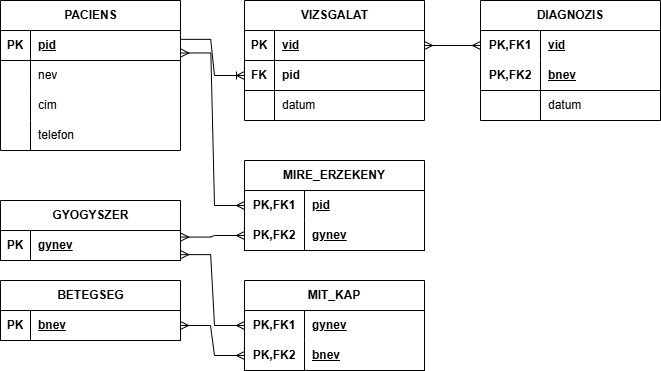
This is kepek/Relacios-modell.png from lovasij/kmhh, a draw.io export, as it was before one commit. Source tidied: cells renumbered, new cells last; positions are measured from the earlier drawing's top-left corner, leaving out a move shared by most shapes. Its diagram source:
```xml
<mxGraphModel>
  <root>
    <mxCell id="0" />
    <mxCell id="1" parent="0" />
    <mxCell id="2" value="PACIENS" style="shape=table;startSize=30;rowLines=0;fontStyle=1;align=center;html=1;" parent="1" vertex="1">
      <mxGeometry width="180" height="150" as="geometry" />
    </mxCell>
    <mxCell id="3" style="shape=tableRow;horizontal=0;startSize=0;swimlaneHead=0;swimlaneBody=0;fillColor=none;points=[[0,0.5],[1,0.5]];portConstraint=eastwest;top=0;left=0;right=0;bottom=1;" parent="2" vertex="1">
      <mxGeometry y="30" width="180" height="30" as="geometry" />
    </mxCell>
    <mxCell id="4" value="PK" style="shape=partialRectangle;fillColor=none;top=0;left=0;bottom=0;right=0;fontStyle=1;overflow=hidden;whiteSpace=wrap;html=1;" parent="3" vertex="1">
      <mxGeometry width="30" height="30" as="geometry" />
    </mxCell>
    <mxCell id="5" value="pid" style="shape=partialRectangle;fillColor=none;top=0;left=0;bottom=0;right=0;align=left;spacingLeft=6;fontStyle=5;overflow=hidden;whiteSpace=wrap;html=1;" parent="3" vertex="1">
      <mxGeometry x="30" width="150" height="30" as="geometry" />
    </mxCell>
    <mxCell id="6" style="shape=tableRow;horizontal=0;startSize=0;swimlaneHead=0;swimlaneBody=0;fillColor=none;top=0;left=0;right=0;bottom=0;" parent="2" vertex="1">
      <mxGeometry y="60" width="180" height="30" as="geometry" />
    </mxCell>
    <mxCell id="7" style="shape=partialRectangle;fillColor=none;top=0;left=0;bottom=0;right=0;overflow=hidden;whiteSpace=wrap;html=1;" parent="6" vertex="1">
      <mxGeometry width="30" height="30" as="geometry" />
    </mxCell>
    <mxCell id="8" value="nev" style="shape=partialRectangle;fillColor=none;top=0;left=0;bottom=0;right=0;align=left;spacingLeft=6;overflow=hidden;whiteSpace=wrap;html=1;" parent="6" vertex="1">
      <mxGeometry x="30" width="150" height="30" as="geometry" />
    </mxCell>
    <mxCell id="9" style="shape=tableRow;horizontal=0;startSize=0;swimlaneHead=0;swimlaneBody=0;fillColor=none;top=0;left=0;right=0;bottom=0;" parent="2" vertex="1">
      <mxGeometry y="90" width="180" height="30" as="geometry" />
    </mxCell>
    <mxCell id="10" style="shape=partialRectangle;fillColor=none;top=0;left=0;bottom=0;right=0;overflow=hidden;whiteSpace=wrap;html=1;" parent="9" vertex="1">
      <mxGeometry width="30" height="30" as="geometry" />
    </mxCell>
    <mxCell id="11" value="cim" style="shape=partialRectangle;fillColor=none;top=0;left=0;bottom=0;right=0;align=left;spacingLeft=6;overflow=hidden;whiteSpace=wrap;html=1;" parent="9" vertex="1">
      <mxGeometry x="30" width="150" height="30" as="geometry" />
    </mxCell>
    <mxCell id="12" style="shape=tableRow;horizontal=0;startSize=0;swimlaneHead=0;swimlaneBody=0;fillColor=none;top=0;left=0;right=0;bottom=0;" parent="2" vertex="1">
      <mxGeometry y="120" width="180" height="30" as="geometry" />
    </mxCell>
    <mxCell id="13" style="shape=partialRectangle;fillColor=none;top=0;left=0;bottom=0;right=0;overflow=hidden;whiteSpace=wrap;html=1;" parent="12" vertex="1">
      <mxGeometry width="30" height="30" as="geometry" />
    </mxCell>
    <mxCell id="14" value="telefon" style="shape=partialRectangle;fillColor=none;top=0;left=0;bottom=0;right=0;align=left;spacingLeft=6;overflow=hidden;whiteSpace=wrap;html=1;" parent="12" vertex="1">
      <mxGeometry x="30" width="150" height="30" as="geometry" />
    </mxCell>
    <mxCell id="15" value="VIZSGALAT" style="shape=table;startSize=30;rowLines=0;fontStyle=1;align=center;html=1;" parent="1" vertex="1">
      <mxGeometry x="244" width="180" height="120" as="geometry" />
    </mxCell>
    <mxCell id="16" style="shape=tableRow;horizontal=0;startSize=0;swimlaneHead=0;swimlaneBody=0;fillColor=none;points=[[0,0.5],[1,0.5]];portConstraint=eastwest;top=0;left=0;right=0;bottom=1;" parent="15" vertex="1">
      <mxGeometry y="30" width="180" height="30" as="geometry" />
    </mxCell>
    <mxCell id="17" value="PK" style="shape=partialRectangle;fillColor=none;top=0;left=0;bottom=0;right=0;fontStyle=1;overflow=hidden;whiteSpace=wrap;html=1;" parent="16" vertex="1">
      <mxGeometry width="30" height="30" as="geometry" />
    </mxCell>
    <mxCell id="18" value="vid" style="shape=partialRectangle;fillColor=none;top=0;left=0;bottom=0;right=0;align=left;spacingLeft=6;fontStyle=5;overflow=hidden;whiteSpace=wrap;html=1;" parent="16" vertex="1">
      <mxGeometry x="30" width="150" height="30" as="geometry" />
    </mxCell>
    <mxCell id="19" style="shape=tableRow;horizontal=0;startSize=0;swimlaneHead=0;swimlaneBody=0;fillColor=none;points=[[0,0.5],[1,0.5]];portConstraint=eastwest;top=0;left=0;right=0;bottom=1;" parent="15" vertex="1">
      <mxGeometry y="60" width="180" height="30" as="geometry" />
    </mxCell>
    <mxCell id="20" value="FK" style="shape=partialRectangle;fillColor=none;top=0;left=0;bottom=0;right=0;fontStyle=1;overflow=hidden;whiteSpace=wrap;html=1;" parent="19" vertex="1">
      <mxGeometry width="30" height="30" as="geometry" />
    </mxCell>
    <mxCell id="21" value="pid" style="shape=partialRectangle;fillColor=none;top=0;left=0;bottom=0;right=0;align=left;spacingLeft=6;fontStyle=1;overflow=hidden;whiteSpace=wrap;html=1;" parent="19" vertex="1">
      <mxGeometry x="30" width="150" height="30" as="geometry" />
    </mxCell>
    <mxCell id="22" style="shape=tableRow;horizontal=0;startSize=0;swimlaneHead=0;swimlaneBody=0;fillColor=none;top=0;left=0;right=0;bottom=0;" parent="15" vertex="1">
      <mxGeometry y="90" width="180" height="30" as="geometry" />
    </mxCell>
    <mxCell id="23" style="shape=partialRectangle;fillColor=none;top=0;left=0;bottom=0;right=0;overflow=hidden;whiteSpace=wrap;html=1;" parent="22" vertex="1">
      <mxGeometry width="30" height="30" as="geometry" />
    </mxCell>
    <mxCell id="24" value="datum" style="shape=partialRectangle;fillColor=none;top=0;left=0;bottom=0;right=0;align=left;spacingLeft=6;overflow=hidden;whiteSpace=wrap;html=1;" parent="22" vertex="1">
      <mxGeometry x="30" width="150" height="30" as="geometry" />
    </mxCell>
    <mxCell id="25" value="DIAGNOZIS" style="shape=table;startSize=30;rowLines=0;fontStyle=1;align=center;html=1;whiteSpace=wrap;" parent="1" vertex="1">
      <mxGeometry x="480" width="180" height="120" as="geometry" />
    </mxCell>
    <mxCell id="26" style="shape=tableRow;horizontal=0;startSize=0;swimlaneHead=0;swimlaneBody=0;fillColor=none;points=[[0,0.5],[1,0.5]];portConstraint=eastwest;top=0;left=0;right=0;bottom=0;html=1;" parent="25" vertex="1">
      <mxGeometry y="30" width="180" height="30" as="geometry" />
    </mxCell>
    <mxCell id="27" value="PK,FK1" style="shape=partialRectangle;fillColor=none;top=0;left=0;bottom=0;right=0;fontStyle=1;overflow=hidden;html=1;whiteSpace=wrap;" parent="26" vertex="1">
      <mxGeometry width="60" height="30" as="geometry" />
    </mxCell>
    <mxCell id="28" value="vid" style="shape=partialRectangle;fillColor=none;top=0;left=0;bottom=0;right=0;align=left;spacingLeft=6;fontStyle=5;overflow=hidden;html=1;whiteSpace=wrap;" parent="26" vertex="1">
      <mxGeometry x="60" width="120" height="30" as="geometry" />
    </mxCell>
    <mxCell id="29" style="shape=tableRow;horizontal=0;startSize=0;swimlaneHead=0;swimlaneBody=0;fillColor=none;top=0;left=0;right=0;bottom=1;html=1;" parent="25" vertex="1">
      <mxGeometry y="60" width="180" height="30" as="geometry" />
    </mxCell>
    <mxCell id="30" value="PK,FK2" style="shape=partialRectangle;fillColor=none;top=0;left=0;bottom=0;right=0;fontStyle=1;overflow=hidden;html=1;whiteSpace=wrap;" parent="29" vertex="1">
      <mxGeometry width="60" height="30" as="geometry" />
    </mxCell>
    <mxCell id="31" value="bnev" style="shape=partialRectangle;fillColor=none;top=0;left=0;bottom=0;right=0;align=left;spacingLeft=6;fontStyle=5;overflow=hidden;html=1;whiteSpace=wrap;" parent="29" vertex="1">
      <mxGeometry x="60" width="120" height="30" as="geometry" />
    </mxCell>
    <mxCell id="32" style="shape=tableRow;horizontal=0;startSize=0;swimlaneHead=0;swimlaneBody=0;fillColor=none;top=0;left=0;right=0;bottom=0;html=1;" parent="25" vertex="1">
      <mxGeometry y="90" width="180" height="30" as="geometry" />
    </mxCell>
    <mxCell id="33" style="shape=partialRectangle;fillColor=none;top=0;left=0;bottom=0;right=0;overflow=hidden;html=1;whiteSpace=wrap;" parent="32" vertex="1">
      <mxGeometry width="60" height="30" as="geometry" />
    </mxCell>
    <mxCell id="34" value="datum" style="shape=partialRectangle;fillColor=none;top=0;left=0;bottom=0;right=0;align=left;spacingLeft=6;overflow=hidden;html=1;whiteSpace=wrap;" parent="32" vertex="1">
      <mxGeometry x="60" width="120" height="30" as="geometry" />
    </mxCell>
    <mxCell id="35" value="MIRE_ERZEKENY" style="shape=table;startSize=30;rowLines=0;fontStyle=1;align=center;html=1;whiteSpace=wrap;" parent="1" vertex="1">
      <mxGeometry x="244" y="160" width="180" height="90" as="geometry" />
    </mxCell>
    <mxCell id="36" style="shape=tableRow;horizontal=0;startSize=0;swimlaneHead=0;swimlaneBody=0;fillColor=none;points=[[0,0.5],[1,0.5]];portConstraint=eastwest;top=0;left=0;right=0;bottom=0;html=1;" parent="35" vertex="1">
      <mxGeometry y="30" width="180" height="30" as="geometry" />
    </mxCell>
    <mxCell id="37" value="PK,FK1" style="shape=partialRectangle;fillColor=none;top=0;left=0;bottom=0;right=0;fontStyle=1;overflow=hidden;html=1;whiteSpace=wrap;" parent="36" vertex="1">
      <mxGeometry width="60" height="30" as="geometry" />
    </mxCell>
    <mxCell id="38" value="pid" style="shape=partialRectangle;fillColor=none;top=0;left=0;bottom=0;right=0;align=left;spacingLeft=6;fontStyle=5;overflow=hidden;html=1;whiteSpace=wrap;" parent="36" vertex="1">
      <mxGeometry x="60" width="120" height="30" as="geometry" />
    </mxCell>
    <mxCell id="39" style="shape=tableRow;horizontal=0;startSize=0;swimlaneHead=0;swimlaneBody=0;fillColor=none;points=[[0,0.5],[1,0.5]];portConstraint=eastwest;top=0;left=0;right=0;bottom=1;html=1;" parent="35" vertex="1">
      <mxGeometry y="60" width="180" height="30" as="geometry" />
    </mxCell>
    <mxCell id="40" value="PK,FK2" style="shape=partialRectangle;fillColor=none;top=0;left=0;bottom=0;right=0;fontStyle=1;overflow=hidden;html=1;whiteSpace=wrap;" parent="39" vertex="1">
      <mxGeometry width="60" height="30" as="geometry" />
    </mxCell>
    <mxCell id="41" value="gynev" style="shape=partialRectangle;fillColor=none;top=0;left=0;bottom=0;right=0;align=left;spacingLeft=6;fontStyle=5;overflow=hidden;html=1;whiteSpace=wrap;" parent="39" vertex="1">
      <mxGeometry x="60" width="120" height="30" as="geometry" />
    </mxCell>
    <mxCell id="42" value="GYOGYSZER" style="shape=table;startSize=30;rowLines=0;fontStyle=1;align=center;html=1;" parent="1" vertex="1">
      <mxGeometry y="200" width="180" height="60" as="geometry" />
    </mxCell>
    <mxCell id="43" style="shape=tableRow;horizontal=0;startSize=0;swimlaneHead=0;swimlaneBody=0;fillColor=none;points=[[0,0.5],[1,0.5]];portConstraint=eastwest;top=0;left=0;right=0;bottom=1;" parent="42" vertex="1">
      <mxGeometry y="30" width="180" height="30" as="geometry" />
    </mxCell>
    <mxCell id="44" value="PK" style="shape=partialRectangle;fillColor=none;top=0;left=0;bottom=0;right=0;fontStyle=1;overflow=hidden;whiteSpace=wrap;html=1;" parent="43" vertex="1">
      <mxGeometry width="30" height="30" as="geometry" />
    </mxCell>
    <mxCell id="45" value="gynev" style="shape=partialRectangle;fillColor=none;top=0;left=0;bottom=0;right=0;align=left;spacingLeft=6;fontStyle=5;overflow=hidden;whiteSpace=wrap;html=1;" parent="43" vertex="1">
      <mxGeometry x="30" width="150" height="30" as="geometry" />
    </mxCell>
    <mxCell id="46" value="MIT_KAP" style="shape=table;startSize=30;rowLines=0;fontStyle=1;align=center;html=1;whiteSpace=wrap;" parent="1" vertex="1">
      <mxGeometry x="244" y="280" width="180" height="90" as="geometry" />
    </mxCell>
    <mxCell id="47" style="shape=tableRow;horizontal=0;startSize=0;swimlaneHead=0;swimlaneBody=0;fillColor=none;points=[[0,0.5],[1,0.5]];portConstraint=eastwest;top=0;left=0;right=0;bottom=0;html=1;" parent="46" vertex="1">
      <mxGeometry y="30" width="180" height="30" as="geometry" />
    </mxCell>
    <mxCell id="48" value="PK,FK1" style="shape=partialRectangle;fillColor=none;top=0;left=0;bottom=0;right=0;fontStyle=1;overflow=hidden;html=1;whiteSpace=wrap;" parent="47" vertex="1">
      <mxGeometry width="60" height="30" as="geometry" />
    </mxCell>
    <mxCell id="49" value="gynev" style="shape=partialRectangle;fillColor=none;top=0;left=0;bottom=0;right=0;align=left;spacingLeft=6;fontStyle=5;overflow=hidden;html=1;whiteSpace=wrap;" parent="47" vertex="1">
      <mxGeometry x="60" width="120" height="30" as="geometry" />
    </mxCell>
    <mxCell id="50" style="shape=tableRow;horizontal=0;startSize=0;swimlaneHead=0;swimlaneBody=0;fillColor=none;points=[[0,0.5],[1,0.5]];portConstraint=eastwest;top=0;left=0;right=0;bottom=1;html=1;" parent="46" vertex="1">
      <mxGeometry y="60" width="180" height="30" as="geometry" />
    </mxCell>
    <mxCell id="51" value="PK,FK2" style="shape=partialRectangle;fillColor=none;top=0;left=0;bottom=0;right=0;fontStyle=1;overflow=hidden;html=1;whiteSpace=wrap;" parent="50" vertex="1">
      <mxGeometry width="60" height="30" as="geometry" />
    </mxCell>
    <mxCell id="52" value="bnev" style="shape=partialRectangle;fillColor=none;top=0;left=0;bottom=0;right=0;align=left;spacingLeft=6;fontStyle=5;overflow=hidden;html=1;whiteSpace=wrap;" parent="50" vertex="1">
      <mxGeometry x="60" width="120" height="30" as="geometry" />
    </mxCell>
    <mxCell id="53" value="BETEGSEG" style="shape=table;startSize=30;rowLines=0;fontStyle=1;align=center;html=1;" parent="1" vertex="1">
      <mxGeometry y="280" width="180" height="60" as="geometry" />
    </mxCell>
    <mxCell id="54" style="shape=tableRow;horizontal=0;startSize=0;swimlaneHead=0;swimlaneBody=0;fillColor=none;points=[[0,0.5],[1,0.5]];portConstraint=eastwest;top=0;left=0;right=0;bottom=1;" parent="53" vertex="1">
      <mxGeometry y="30" width="180" height="30" as="geometry" />
    </mxCell>
    <mxCell id="55" value="PK" style="shape=partialRectangle;fillColor=none;top=0;left=0;bottom=0;right=0;fontStyle=1;overflow=hidden;whiteSpace=wrap;html=1;" parent="54" vertex="1">
      <mxGeometry width="30" height="30" as="geometry" />
    </mxCell>
    <mxCell id="56" value="bnev" style="shape=partialRectangle;fillColor=none;top=0;left=0;bottom=0;right=0;align=left;spacingLeft=6;fontStyle=5;overflow=hidden;whiteSpace=wrap;html=1;" parent="54" vertex="1">
      <mxGeometry x="30" width="150" height="30" as="geometry" />
    </mxCell>
    <mxCell id="57" style="edgeStyle=entityRelationEdgeStyle;fontSize=12;html=1;endArrow=ERmany;startArrow=ERmany;rounded=0;entryX=0;entryY=0.5;entryDx=0;entryDy=0;exitX=1;exitY=0.5;exitDx=0;exitDy=0;" parent="1" edge="1" source="16" target="26">
      <mxGeometry relative="1" as="geometry" />
    </mxCell>
    <mxCell id="58" style="edgeStyle=entityRelationEdgeStyle;fontSize=12;html=1;endArrow=ERmany;startArrow=ERmany;rounded=0;entryX=0;entryY=0.5;entryDx=0;entryDy=0;exitX=1.002;exitY=0.749;exitDx=0;exitDy=0;exitPerimeter=0;" parent="1" edge="1" source="3" target="36">
      <mxGeometry relative="1" as="geometry" />
    </mxCell>
    <mxCell id="59" style="edgeStyle=entityRelationEdgeStyle;fontSize=12;html=1;endArrow=ERmany;startArrow=ERmany;rounded=0;entryX=0;entryY=0.5;entryDx=0;entryDy=0;exitX=1.001;exitY=0.219;exitDx=0;exitDy=0;exitPerimeter=0;" parent="1" edge="1" source="43" target="39">
      <mxGeometry relative="1" as="geometry" />
    </mxCell>
    <mxCell id="60" style="edgeStyle=entityRelationEdgeStyle;fontSize=12;html=1;endArrow=ERmany;startArrow=ERmany;rounded=0;entryX=0;entryY=0.5;entryDx=0;entryDy=0;exitX=1.001;exitY=0.805;exitDx=0;exitDy=0;exitPerimeter=0;" parent="1" edge="1" source="43" target="47">
      <mxGeometry relative="1" as="geometry" />
    </mxCell>
    <mxCell id="61" style="edgeStyle=entityRelationEdgeStyle;fontSize=12;html=1;endArrow=ERmany;startArrow=ERmany;rounded=0;exitX=1;exitY=0.5;exitDx=0;exitDy=0;entryX=0;entryY=0.5;entryDx=0;entryDy=0;" parent="1" edge="1" source="54" target="50">
      <mxGeometry relative="1" as="geometry" />
    </mxCell>
    <mxCell id="62" style="edgeStyle=entityRelationEdgeStyle;fontSize=12;html=1;endArrow=ERoneToMany;rounded=0;entryX=0;entryY=0.5;entryDx=0;entryDy=0;exitX=1.001;exitY=0.295;exitDx=0;exitDy=0;exitPerimeter=0;" parent="1" edge="1" source="3" target="19">
      <mxGeometry relative="1" as="geometry" />
    </mxCell>
  </root>
</mxGraphModel>
```
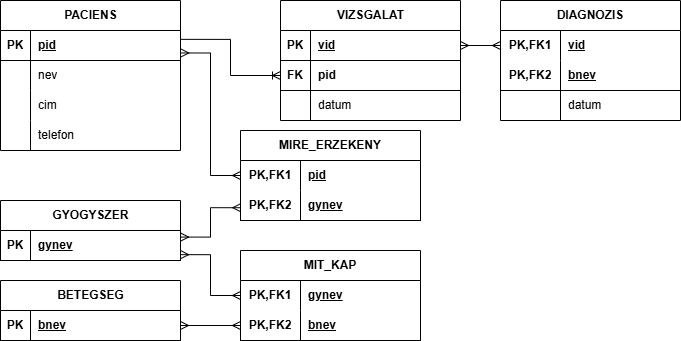
After the change.

Commit message:
10 lekérdezés + relációs modell kijavítása

Change to the diagram source:
```diff
@@ -42,7 +42,7 @@
       <mxGeometry x="30" width="150" height="30" as="geometry" />
     </mxCell>
     <mxCell id="15" value="VIZSGALAT" style="shape=table;startSize=30;rowLines=0;fontStyle=1;align=center;html=1;" parent="1" vertex="1">
-      <mxGeometry x="244" width="180" height="120" as="geometry" />
+      <mxGeometry x="280" width="180" height="120" as="geometry" />
     </mxCell>
     <mxCell id="16" style="shape=tableRow;horizontal=0;startSize=0;swimlaneHead=0;swimlaneBody=0;fillColor=none;points=[[0,0.5],[1,0.5]];portConstraint=eastwest;top=0;left=0;right=0;bottom=1;" parent="15" vertex="1">
       <mxGeometry y="30" width="180" height="30" as="geometry" />
@@ -72,7 +72,7 @@
       <mxGeometry x="30" width="150" height="30" as="geometry" />
     </mxCell>
     <mxCell id="25" value="DIAGNOZIS" style="shape=table;startSize=30;rowLines=0;fontStyle=1;align=center;html=1;whiteSpace=wrap;" parent="1" vertex="1">
-      <mxGeometry x="480" width="180" height="120" as="geometry" />
+      <mxGeometry x="500" width="180" height="120" as="geometry" />
     </mxCell>
     <mxCell id="26" style="shape=tableRow;horizontal=0;startSize=0;swimlaneHead=0;swimlaneBody=0;fillColor=none;points=[[0,0.5],[1,0.5]];portConstraint=eastwest;top=0;left=0;right=0;bottom=0;html=1;" parent="25" vertex="1">
       <mxGeometry y="30" width="180" height="30" as="geometry" />
@@ -102,7 +102,7 @@
       <mxGeometry x="60" width="120" height="30" as="geometry" />
     </mxCell>
     <mxCell id="35" value="MIRE_ERZEKENY" style="shape=table;startSize=30;rowLines=0;fontStyle=1;align=center;html=1;whiteSpace=wrap;" parent="1" vertex="1">
-      <mxGeometry x="244" y="160" width="180" height="90" as="geometry" />
+      <mxGeometry x="240" y="130" width="180" height="90" as="geometry" />
     </mxCell>
     <mxCell id="36" style="shape=tableRow;horizontal=0;startSize=0;swimlaneHead=0;swimlaneBody=0;fillColor=none;points=[[0,0.5],[1,0.5]];portConstraint=eastwest;top=0;left=0;right=0;bottom=0;html=1;" parent="35" vertex="1">
       <mxGeometry y="30" width="180" height="30" as="geometry" />
@@ -135,7 +135,7 @@
       <mxGeometry x="30" width="150" height="30" as="geometry" />
     </mxCell>
     <mxCell id="46" value="MIT_KAP" style="shape=table;startSize=30;rowLines=0;fontStyle=1;align=center;html=1;whiteSpace=wrap;" parent="1" vertex="1">
-      <mxGeometry x="244" y="280" width="180" height="90" as="geometry" />
+      <mxGeometry x="240" y="250" width="180" height="90" as="geometry" />
     </mxCell>
     <mxCell id="47" style="shape=tableRow;horizontal=0;startSize=0;swimlaneHead=0;swimlaneBody=0;fillColor=none;points=[[0,0.5],[1,0.5]];portConstraint=eastwest;top=0;left=0;right=0;bottom=0;html=1;" parent="46" vertex="1">
       <mxGeometry y="30" width="180" height="30" as="geometry" />
@@ -167,22 +167,22 @@
     <mxCell id="56" value="bnev" style="shape=partialRectangle;fillColor=none;top=0;left=0;bottom=0;right=0;align=left;spacingLeft=6;fontStyle=5;overflow=hidden;whiteSpace=wrap;html=1;" parent="54" vertex="1">
       <mxGeometry x="30" width="150" height="30" as="geometry" />
     </mxCell>
-    <mxCell id="57" style="edgeStyle=entityRelationEdgeStyle;fontSize=12;html=1;endArrow=ERmany;startArrow=ERmany;rounded=0;entryX=0;entryY=0.5;entryDx=0;entryDy=0;exitX=1;exitY=0.5;exitDx=0;exitDy=0;" parent="1" edge="1" source="16" target="26">
+    <mxCell id="57" style="edgeStyle=orthogonalEdgeStyle;fontSize=12;html=1;endArrow=ERmany;startArrow=ERmany;rounded=0;entryX=0;entryY=0.5;entryDx=0;entryDy=0;exitX=1;exitY=0.5;exitDx=0;exitDy=0;" parent="1" edge="1" source="16" target="26">
       <mxGeometry relative="1" as="geometry" />
     </mxCell>
-    <mxCell id="58" style="edgeStyle=entityRelationEdgeStyle;fontSize=12;html=1;endArrow=ERmany;startArrow=ERmany;rounded=0;entryX=0;entryY=0.5;entryDx=0;entryDy=0;exitX=1.002;exitY=0.749;exitDx=0;exitDy=0;exitPerimeter=0;" parent="1" edge="1" source="3" target="36">
+    <mxCell id="58" style="edgeStyle=orthogonalEdgeStyle;fontSize=12;html=1;endArrow=ERmany;startArrow=ERmany;rounded=0;entryX=0;entryY=0.5;entryDx=0;entryDy=0;exitX=1.002;exitY=0.749;exitDx=0;exitDy=0;exitPerimeter=0;" parent="1" edge="1" source="3" target="36">
       <mxGeometry relative="1" as="geometry" />
     </mxCell>
-    <mxCell id="59" style="edgeStyle=entityRelationEdgeStyle;fontSize=12;html=1;endArrow=ERmany;startArrow=ERmany;rounded=0;entryX=0;entryY=0.5;entryDx=0;entryDy=0;exitX=1.001;exitY=0.219;exitDx=0;exitDy=0;exitPerimeter=0;" parent="1" edge="1" source="43" target="39">
+    <mxCell id="59" style="edgeStyle=orthogonalEdgeStyle;fontSize=12;html=1;endArrow=ERmany;startArrow=ERmany;rounded=0;entryX=0.001;entryY=0.574;entryDx=0;entryDy=0;exitX=1.001;exitY=0.219;exitDx=0;exitDy=0;exitPerimeter=0;entryPerimeter=0;" parent="1" edge="1" source="43" target="39">
       <mxGeometry relative="1" as="geometry" />
     </mxCell>
-    <mxCell id="60" style="edgeStyle=entityRelationEdgeStyle;fontSize=12;html=1;endArrow=ERmany;startArrow=ERmany;rounded=0;entryX=0;entryY=0.5;entryDx=0;entryDy=0;exitX=1.001;exitY=0.805;exitDx=0;exitDy=0;exitPerimeter=0;" parent="1" edge="1" source="43" target="47">
+    <mxCell id="60" style="edgeStyle=orthogonalEdgeStyle;fontSize=12;html=1;endArrow=ERmany;startArrow=ERmany;rounded=0;entryX=0;entryY=0.5;entryDx=0;entryDy=0;exitX=1.001;exitY=0.805;exitDx=0;exitDy=0;exitPerimeter=0;" parent="1" edge="1" source="43" target="47">
       <mxGeometry relative="1" as="geometry" />
     </mxCell>
-    <mxCell id="61" style="edgeStyle=entityRelationEdgeStyle;fontSize=12;html=1;endArrow=ERmany;startArrow=ERmany;rounded=0;exitX=1;exitY=0.5;exitDx=0;exitDy=0;entryX=0;entryY=0.5;entryDx=0;entryDy=0;" parent="1" edge="1" source="54" target="50">
+    <mxCell id="61" style="edgeStyle=orthogonalEdgeStyle;fontSize=12;html=1;endArrow=ERmany;startArrow=ERmany;rounded=0;exitX=1;exitY=0.5;exitDx=0;exitDy=0;entryX=0;entryY=0.5;entryDx=0;entryDy=0;" parent="1" edge="1" source="54" target="50">
       <mxGeometry relative="1" as="geometry" />
     </mxCell>
-    <mxCell id="62" style="edgeStyle=entityRelationEdgeStyle;fontSize=12;html=1;endArrow=ERoneToMany;rounded=0;entryX=0;entryY=0.5;entryDx=0;entryDy=0;exitX=1.001;exitY=0.295;exitDx=0;exitDy=0;exitPerimeter=0;" parent="1" edge="1" source="3" target="19">
+    <mxCell id="62" style="edgeStyle=orthogonalEdgeStyle;fontSize=12;html=1;endArrow=ERoneToMany;rounded=0;entryX=0;entryY=0.5;entryDx=0;entryDy=0;exitX=1.001;exitY=0.295;exitDx=0;exitDy=0;exitPerimeter=0;" parent="1" edge="1" source="3" target="19">
       <mxGeometry relative="1" as="geometry" />
     </mxCell>
   </root>
```
